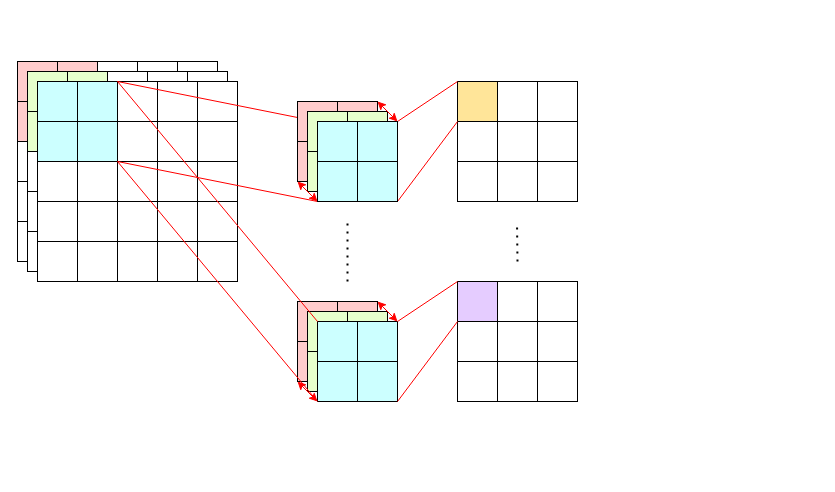
Earlier version of the draw.io diagram page "Page-4" (3 of 3) of Untitled Diagram.drawio (Isaac-the-Man/diagrams). Source tidied: cells renumbered, new cells numbered last; positions are measured from the earlier drawing's top-left corner, leaving out a move shared by most shapes. Both pictures are drawn from the tidied source at 100%, with x=0, y=0 at pixel (17, 61). Pictures stored in the file or linked from it are replaced by grey dashed boxes.
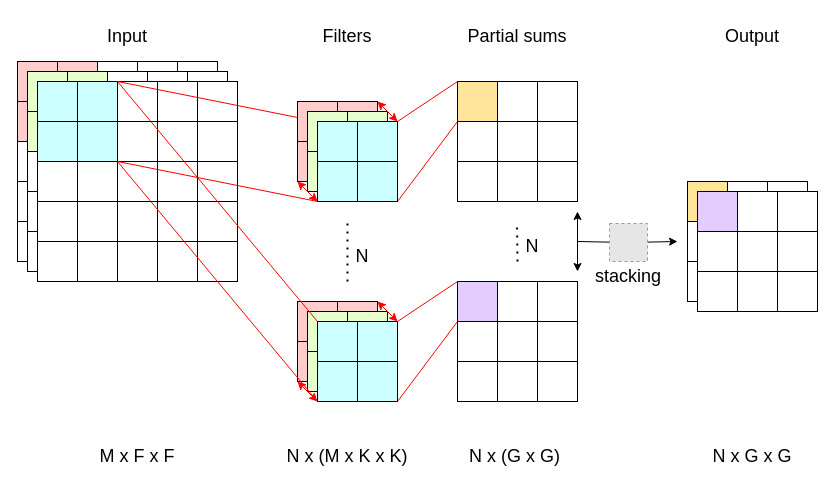
The same diagram, later.

What changed in the source:
```diff
@@
-    <mxCell id="28" style="group;" parent="1" vertex="1">
+    <mxCell id="28" style="group;fillColor=#FFFFFF;" parent="1" vertex="1">
       <mxGeometry x="440" y="20" width="120" height="120" as="geometry" />
     </mxCell>
@@
-    <mxCell id="130" style="group;" parent="1" vertex="1">
+    <mxCell id="130" style="group;fillColor=#FFFFFF;" parent="1" vertex="1">
       <mxGeometry x="440" y="220" width="120" height="120" as="geometry" />
     </mxCell>
@@
+    <mxCell id="146" value="&lt;p style=&quot;line-height: 100%;&quot;&gt;&lt;font style=&quot;font-size: 18px;&quot;&gt;N&lt;/font&gt;&lt;/p&gt;" style="text;html=1;align=center;verticalAlign=middle;whiteSpace=wrap;rounded=0;labelBackgroundColor=none;" parent="1" vertex="1">
+      <mxGeometry x="315" y="180" width="60" height="30" as="geometry" />
+    </mxCell>
+    <mxCell id="147" value="&lt;p style=&quot;line-height: 100%;&quot;&gt;&lt;font style=&quot;font-size: 18px;&quot;&gt;N&lt;/font&gt;&lt;/p&gt;" style="text;html=1;align=center;verticalAlign=middle;whiteSpace=wrap;rounded=0;labelBackgroundColor=none;" parent="1" vertex="1">
+      <mxGeometry x="485" y="170" width="60" height="30" as="geometry" />
+    </mxCell>
+    <mxCell id="148" value="&lt;p style=&quot;line-height: 100%;&quot;&gt;&lt;font style=&quot;font-size: 18px;&quot;&gt;Input&lt;/font&gt;&lt;/p&gt;" style="text;html=1;align=center;verticalAlign=middle;whiteSpace=wrap;rounded=0;labelBackgroundColor=none;" parent="1" vertex="1">
+      <mxGeometry x="80" y="-40" width="60" height="30" as="geometry" />
+    </mxCell>
+    <mxCell id="149" value="&lt;p style=&quot;line-height: 100%;&quot;&gt;&lt;font style=&quot;font-size: 18px;&quot;&gt;Filters&lt;/font&gt;&lt;/p&gt;" style="text;html=1;align=center;verticalAlign=middle;whiteSpace=wrap;rounded=0;labelBackgroundColor=none;" parent="1" vertex="1">
+      <mxGeometry x="300" y="-40" width="60" height="30" as="geometry" />
+    </mxCell>
+    <mxCell id="150" value="&lt;p style=&quot;line-height: 100%;&quot;&gt;&lt;span style=&quot;font-size: 18px;&quot;&gt;Partial sums&lt;/span&gt;&lt;/p&gt;" style="text;html=1;align=center;verticalAlign=middle;whiteSpace=wrap;rounded=0;labelBackgroundColor=none;" parent="1" vertex="1">
+      <mxGeometry x="445" y="-40" width="110" height="30" as="geometry" />
+    </mxCell>
+    <mxCell id="151" value="&lt;p style=&quot;line-height: 100%;&quot;&gt;&lt;span style=&quot;font-size: 18px;&quot;&gt;N x (G x G)&amp;nbsp;&lt;/span&gt;&lt;/p&gt;" style="text;html=1;align=center;verticalAlign=middle;whiteSpace=wrap;rounded=0;labelBackgroundColor=none;" parent="1" vertex="1">
+      <mxGeometry x="445" y="380" width="110" height="30" as="geometry" />
+    </mxCell>
+    <mxCell id="152" value="&lt;p style=&quot;line-height: 100%;&quot;&gt;&lt;span style=&quot;font-size: 18px;&quot;&gt;M x F x F&lt;/span&gt;&lt;/p&gt;" style="text;html=1;align=center;verticalAlign=middle;whiteSpace=wrap;rounded=0;labelBackgroundColor=none;" parent="1" vertex="1">
+      <mxGeometry x="65" y="380" width="110" height="30" as="geometry" />
+    </mxCell>
+    <mxCell id="153" value="&lt;p style=&quot;line-height: 100%;&quot;&gt;&lt;span style=&quot;font-size: 18px;&quot;&gt;N x (M x K x K)&lt;/span&gt;&lt;/p&gt;" style="text;html=1;align=center;verticalAlign=middle;whiteSpace=wrap;rounded=0;labelBackgroundColor=none;" parent="1" vertex="1">
+      <mxGeometry x="265" y="380" width="130" height="30" as="geometry" />
+    </mxCell>
+    <mxCell id="154" style="group;fillColor=#FFFFFF;" parent="1" vertex="1">
+      <mxGeometry x="670" y="120" width="130" height="130" as="geometry" />
+    </mxCell>
+    <mxCell id="155" style="whiteSpace=wrap;html=1;labelBackgroundColor=#FF9999;fontColor=#03FF5F;fillColor=#FFE599;" parent="154" vertex="1">
+      <mxGeometry width="40" height="40" as="geometry" />
+    </mxCell>
+    <mxCell id="156" style="whiteSpace=wrap;html=1;labelBackgroundColor=#FF9999;fontColor=#03FF5F;fillColor=none;" parent="154" vertex="1">
+      <mxGeometry x="40" width="40" height="40" as="geometry" />
+    </mxCell>
+    <mxCell id="157" style="whiteSpace=wrap;html=1;labelBackgroundColor=#FF9999;fontColor=#03FF5F;fillColor=none;" parent="154" vertex="1">
+      <mxGeometry y="40" width="40" height="40" as="geometry" />
+    </mxCell>
+    <mxCell id="158" style="whiteSpace=wrap;html=1;labelBackgroundColor=#FF9999;fontColor=#03FF5F;fillColor=none;" parent="154" vertex="1">
+      <mxGeometry x="40" y="40" width="40" height="40" as="geometry" />
+    </mxCell>
+    <mxCell id="159" style="whiteSpace=wrap;html=1;labelBackgroundColor=#FF9999;fontColor=#03FF5F;fillColor=none;" parent="154" vertex="1">
+      <mxGeometry x="80" width="40" height="40" as="geometry" />
+    </mxCell>
+    <mxCell id="160" style="whiteSpace=wrap;html=1;labelBackgroundColor=#FF9999;fontColor=#03FF5F;fillColor=none;" parent="154" vertex="1">
+      <mxGeometry x="80" y="40" width="40" height="40" as="geometry" />
+    </mxCell>
+    <mxCell id="161" style="whiteSpace=wrap;html=1;labelBackgroundColor=#FF9999;fontColor=#03FF5F;fillColor=none;" parent="154" vertex="1">
+      <mxGeometry y="80" width="40" height="40" as="geometry" />
+    </mxCell>
+    <mxCell id="162" style="whiteSpace=wrap;html=1;labelBackgroundColor=#FF9999;fontColor=#03FF5F;fillColor=none;" parent="154" vertex="1">
+      <mxGeometry x="40" y="80" width="40" height="40" as="geometry" />
+    </mxCell>
+    <mxCell id="163" style="whiteSpace=wrap;html=1;labelBackgroundColor=#FF9999;fontColor=#03FF5F;fillColor=none;" parent="154" vertex="1">
+      <mxGeometry x="80" y="80" width="40" height="40" as="geometry" />
+    </mxCell>
+    <mxCell id="164" style="group;fillColor=#FFFFFF;" parent="154" vertex="1">
+      <mxGeometry x="10" y="10" width="120" height="120" as="geometry" />
+    </mxCell>
+    <mxCell id="165" style="whiteSpace=wrap;html=1;labelBackgroundColor=#FF9999;fontColor=#03FF5F;fillColor=#E5CCFF;" parent="164" vertex="1">
+      <mxGeometry width="40" height="40" as="geometry" />
+    </mxCell>
+    <mxCell id="166" style="whiteSpace=wrap;html=1;labelBackgroundColor=#FF9999;fontColor=#03FF5F;fillColor=none;" parent="164" vertex="1">
+      <mxGeometry x="40" width="40" height="40" as="geometry" />
+    </mxCell>
+    <mxCell id="167" style="whiteSpace=wrap;html=1;labelBackgroundColor=#FF9999;fontColor=#03FF5F;fillColor=none;" parent="164" vertex="1">
+      <mxGeometry y="40" width="40" height="40" as="geometry" />
+    </mxCell>
+    <mxCell id="168" style="whiteSpace=wrap;html=1;labelBackgroundColor=#FF9999;fontColor=#03FF5F;fillColor=none;" parent="164" vertex="1">
+      <mxGeometry x="40" y="40" width="40" height="40" as="geometry" />
+    </mxCell>
+    <mxCell id="169" style="whiteSpace=wrap;html=1;labelBackgroundColor=#FF9999;fontColor=#03FF5F;fillColor=none;" parent="164" vertex="1">
+      <mxGeometry x="80" width="40" height="40" as="geometry" />
+    </mxCell>
+    <mxCell id="170" style="whiteSpace=wrap;html=1;labelBackgroundColor=#FF9999;fontColor=#03FF5F;fillColor=none;" parent="164" vertex="1">
+      <mxGeometry x="80" y="40" width="40" height="40" as="geometry" />
+    </mxCell>
+    <mxCell id="171" style="whiteSpace=wrap;html=1;labelBackgroundColor=#FF9999;fontColor=#03FF5F;fillColor=none;" parent="164" vertex="1">
+      <mxGeometry y="80" width="40" height="40" as="geometry" />
+    </mxCell>
+    <mxCell id="172" style="whiteSpace=wrap;html=1;labelBackgroundColor=#FF9999;fontColor=#03FF5F;fillColor=none;" parent="164" vertex="1">
+      <mxGeometry x="40" y="80" width="40" height="40" as="geometry" />
+    </mxCell>
+    <mxCell id="173" style="whiteSpace=wrap;html=1;labelBackgroundColor=#FF9999;fontColor=#03FF5F;fillColor=none;" parent="164" vertex="1">
+      <mxGeometry x="80" y="80" width="40" height="40" as="geometry" />
+    </mxCell>
+    <mxCell id="174" style="endArrow=classic;startArrow=classic;html=1;rounded=0;strokeColor=#000000;fontSize=18;fontColor=#03FF5F;" parent="1" edge="1">
+      <mxGeometry relative="1" as="geometry">
+        <mxPoint x="560" y="210" as="sourcePoint" />
+        <mxPoint x="560" y="150" as="targetPoint" />
+      </mxGeometry>
+    </mxCell>
+    <mxCell id="175" style="endArrow=classic;html=1;rounded=0;strokeColor=#000000;fontSize=18;fontColor=#03FF5F;startArrow=none;" parent="1" edge="1" source="178">
+      <mxGeometry relative="1" as="geometry">
+        <mxPoint x="660" y="180" as="targetPoint" />
+      </mxGeometry>
+    </mxCell>
+    <mxCell id="176" value="&lt;p style=&quot;line-height: 100%;&quot;&gt;&lt;span style=&quot;font-size: 18px;&quot;&gt;stacking&lt;/span&gt;&lt;/p&gt;" style="text;html=1;align=center;verticalAlign=middle;whiteSpace=wrap;rounded=0;labelBackgroundColor=none;" parent="1" vertex="1">
+      <mxGeometry x="581" y="200" width="60" height="30" as="geometry" />
+    </mxCell>
+    <mxCell id="177" style="endArrow=none;html=1;rounded=0;strokeColor=#000000;fontSize=18;fontColor=#03FF5F;" parent="1" edge="1" target="178">
+      <mxGeometry relative="1" as="geometry">
+        <mxPoint x="560" y="180" as="sourcePoint" />
+      </mxGeometry>
+    </mxCell>
+    <mxCell id="178" style="fillColor=#E6E6E6;strokeColor=#999999;dashed=1;html=1;verticalAlign=top;verticalLabelPosition=bottom;labelBackgroundColor=#ffffff;fontSize=18;fontColor=#03FF5F;" parent="1" vertex="1">
+      <mxGeometry x="592" y="162" width="38" height="38" as="geometry" />
+    </mxCell>
+    <mxCell id="179" value="&lt;p style=&quot;line-height: 100%;&quot;&gt;&lt;font style=&quot;font-size: 18px;&quot;&gt;Output&lt;/font&gt;&lt;/p&gt;" style="text;html=1;align=center;verticalAlign=middle;whiteSpace=wrap;rounded=0;labelBackgroundColor=none;" parent="1" vertex="1">
+      <mxGeometry x="705" y="-40" width="60" height="30" as="geometry" />
+    </mxCell>
+    <mxCell id="180" value="&lt;p style=&quot;line-height: 100%;&quot;&gt;&lt;span style=&quot;font-size: 18px;&quot;&gt;N x G x G&lt;/span&gt;&lt;/p&gt;" style="text;html=1;align=center;verticalAlign=middle;whiteSpace=wrap;rounded=0;labelBackgroundColor=none;" parent="1" vertex="1">
+      <mxGeometry x="680" y="380" width="110" height="30" as="geometry" />
+    </mxCell>
```
